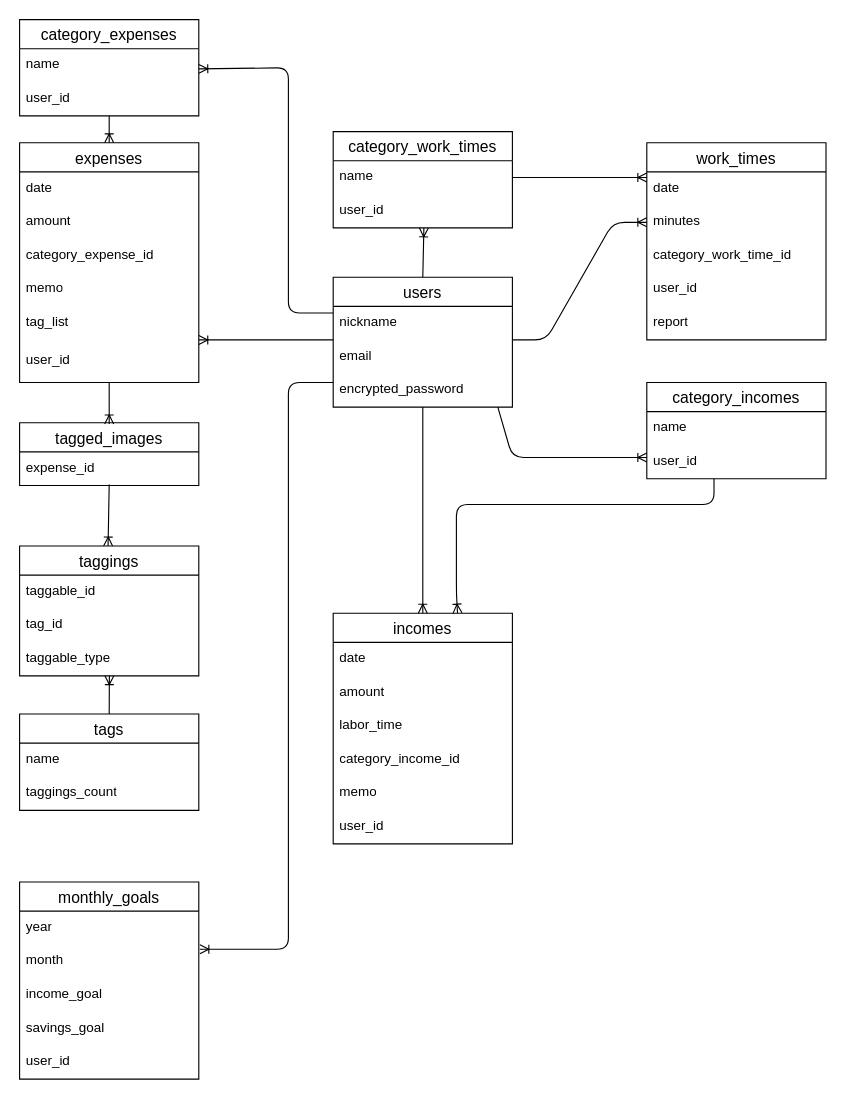
This is ER.dio from Aneanerei/original_app-42270, a draw.io file, before an edit. Source tidied: cells renumbered, new cells numbered last; positions are measured from the earlier drawing's top-left corner, leaving out a move shared by most shapes. Both pictures are drawn from the tidied source at 112%, with x=0, y=0 at pixel (19, 19).
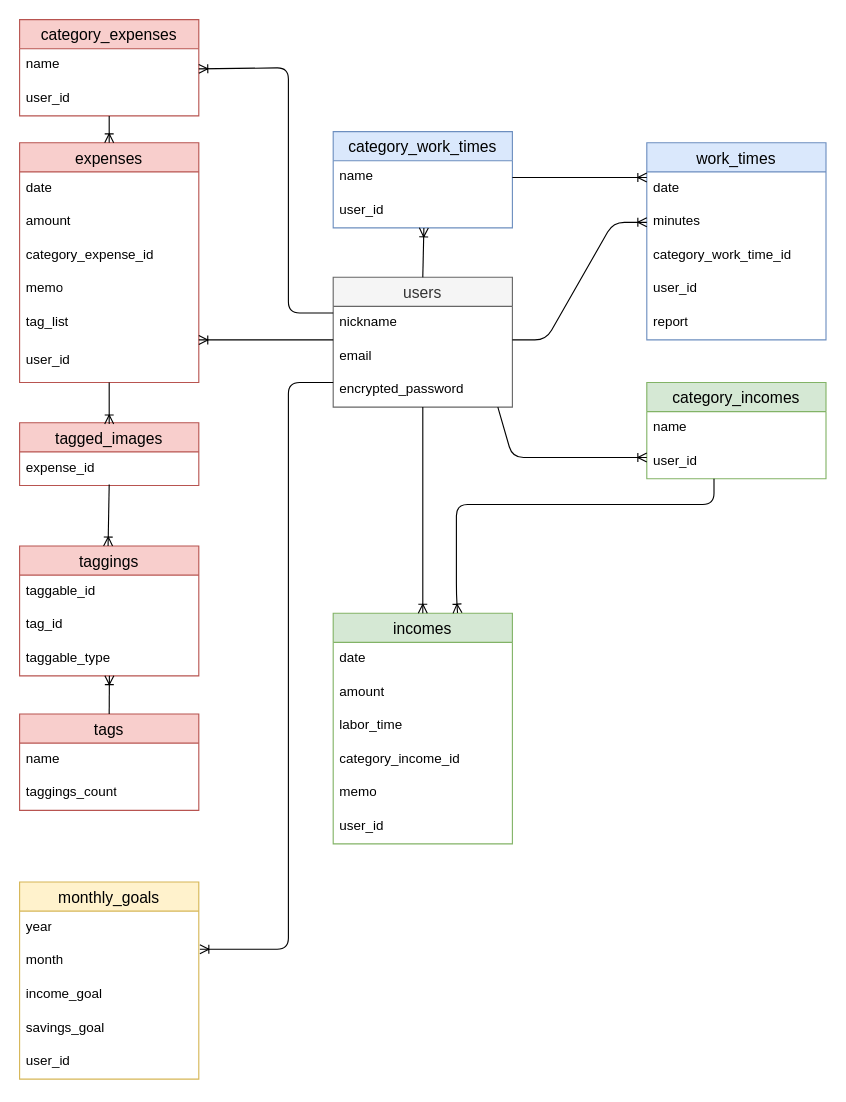
Above is the later version.

Change to the diagram source:
```diff
@@
-<mxGraphModel>
+<mxGraphModel background="#FFFFFF">
@@
-    <mxCell id="2" value="expenses" style="swimlane;fontStyle=0;horizontal=1;startSize=26;align=center;fontSize=14;" parent="1" vertex="1">
+    <mxCell id="2" value="expenses" style="swimlane;fontStyle=0;horizontal=1;startSize=26;align=center;fontSize=14;fillColor=#f8cecc;strokeColor=#b85450;" parent="1" vertex="1">
       <mxGeometry y="110" width="160" height="214" as="geometry" />
     </mxCell>
@@
-    <mxCell id="9" value="work_times" style="swimlane;fontStyle=0;horizontal=1;startSize=26;align=center;fontSize=14;" parent="1" vertex="1">
+    <mxCell id="9" value="work_times" style="swimlane;fontStyle=0;horizontal=1;startSize=26;align=center;fontSize=14;fillColor=#dae8fc;strokeColor=#6c8ebf;" parent="1" vertex="1">
       <mxGeometry x="560" y="110" width="160" height="176" as="geometry" />
     </mxCell>
@@
-    <mxCell id="15" value="users" style="swimlane;fontStyle=0;horizontal=1;startSize=26;align=center;fontSize=14;" parent="1" vertex="1">
+    <mxCell id="15" value="users" style="swimlane;fontStyle=0;horizontal=1;startSize=26;align=center;fontSize=14;fillColor=#f5f5f5;fontColor=#333333;strokeColor=#666666;" parent="1" vertex="1">
       <mxGeometry x="280" y="230" width="160" height="116" as="geometry" />
     </mxCell>
@@
-    <mxCell id="19" value="category_incomes" style="swimlane;fontStyle=0;horizontal=1;startSize=26;align=center;fontSize=14;" parent="1" vertex="1">
+    <mxCell id="19" value="category_incomes" style="swimlane;fontStyle=0;horizontal=1;startSize=26;align=center;fontSize=14;fillColor=#d5e8d4;strokeColor=#82b366;" parent="1" vertex="1">
       <mxGeometry x="560" y="324" width="160" height="86" as="geometry" />
     </mxCell>
@@
-    <mxCell id="22" value="category_expenses" style="swimlane;fontStyle=0;horizontal=1;startSize=26;align=center;fontSize=14;" parent="1" vertex="1">
+    <mxCell id="22" value="category_expenses" style="swimlane;fontStyle=0;horizontal=1;startSize=26;align=center;fontSize=14;fillColor=#f8cecc;strokeColor=#b85450;" parent="1" vertex="1">
       <mxGeometry width="160" height="86" as="geometry" />
     </mxCell>
@@
-    <mxCell id="25" value="incomes" style="swimlane;fontStyle=0;horizontal=1;startSize=26;align=center;fontSize=14;" parent="1" vertex="1">
+    <mxCell id="25" value="incomes" style="swimlane;fontStyle=0;horizontal=1;startSize=26;align=center;fontSize=14;fillColor=#d5e8d4;strokeColor=#82b366;" parent="1" vertex="1">
       <mxGeometry x="280" y="530" width="160" height="206" as="geometry" />
     </mxCell>
@@
-    <mxCell id="32" value="category_work_times" style="swimlane;fontStyle=0;horizontal=1;startSize=26;align=center;fontSize=14;" parent="1" vertex="1">
+    <mxCell id="32" value="category_work_times" style="swimlane;fontStyle=0;horizontal=1;startSize=26;align=center;fontSize=14;fillColor=#dae8fc;strokeColor=#6c8ebf;" parent="1" vertex="1">
       <mxGeometry x="280" y="100" width="160" height="86" as="geometry" />
     </mxCell>
@@
-    <mxCell id="35" value="tagged_images" style="swimlane;fontStyle=0;horizontal=1;startSize=26;align=center;fontSize=14;" parent="1" vertex="1">
+    <mxCell id="35" value="tagged_images" style="swimlane;fontStyle=0;horizontal=1;startSize=26;align=center;fontSize=14;fillColor=#f8cecc;strokeColor=#b85450;" parent="1" vertex="1">
       <mxGeometry y="360" width="160" height="56" as="geometry" />
     </mxCell>
@@
-    <mxCell id="37" value="monthly_goals" style="swimlane;fontStyle=0;horizontal=1;startSize=26;align=center;fontSize=14;" parent="1" vertex="1">
+    <mxCell id="37" value="monthly_goals" style="swimlane;fontStyle=0;horizontal=1;startSize=26;align=center;fontSize=14;fillColor=#fff2cc;strokeColor=#d6b656;" parent="1" vertex="1">
       <mxGeometry y="770" width="160" height="176" as="geometry" />
     </mxCell>
@@
-    <mxCell id="43" value="tags" style="swimlane;fontStyle=0;horizontal=1;startSize=26;align=center;fontSize=14;" parent="1" vertex="1">
+    <mxCell id="43" value="tags" style="swimlane;fontStyle=0;horizontal=1;startSize=26;align=center;fontSize=14;fillColor=#f8cecc;strokeColor=#b85450;" parent="1" vertex="1">
       <mxGeometry y="620" width="160" height="86" as="geometry" />
     </mxCell>
@@
-    <mxCell id="57" value="taggings" style="swimlane;fontStyle=0;horizontal=1;startSize=26;align=center;fontSize=14;" parent="1" vertex="1">
+    <mxCell id="57" value="taggings" style="swimlane;fontStyle=0;horizontal=1;startSize=26;align=center;fontSize=14;fillColor=#f8cecc;strokeColor=#b85450;" parent="1" vertex="1">
       <mxGeometry y="470" width="160" height="116" as="geometry" />
     </mxCell>
```
